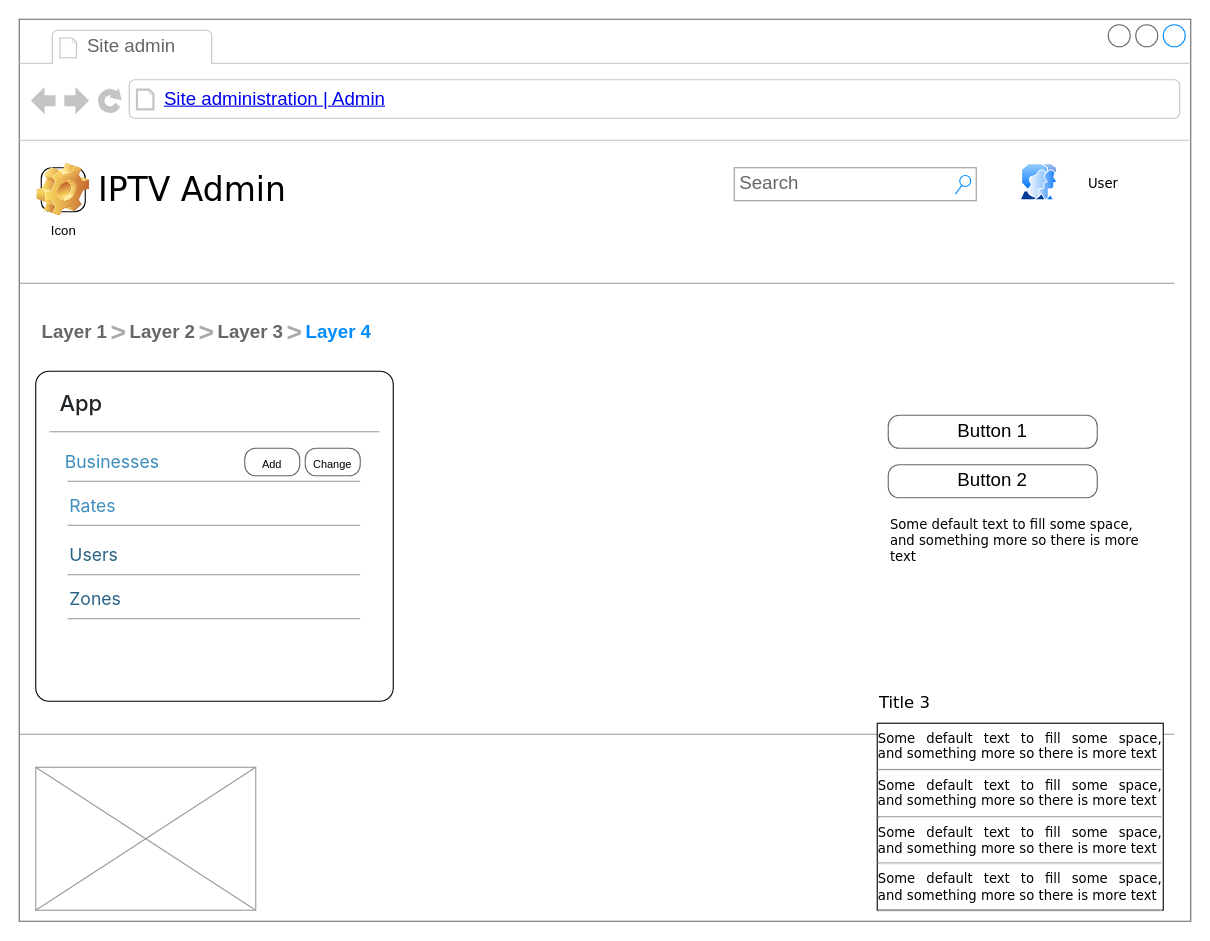
Before: CMS_cải_tiến.drawio in AnPhamSF/CMSIPTV_Idea, a draw.io diagram. Source tidied: cells renumbered, new cells numbered last; positions are measured from the earlier drawing's top-left corner, leaving out a move shared by most shapes. Both pictures are drawn from the tidied source at 110%, with x=0, y=0 at pixel (19, 19).
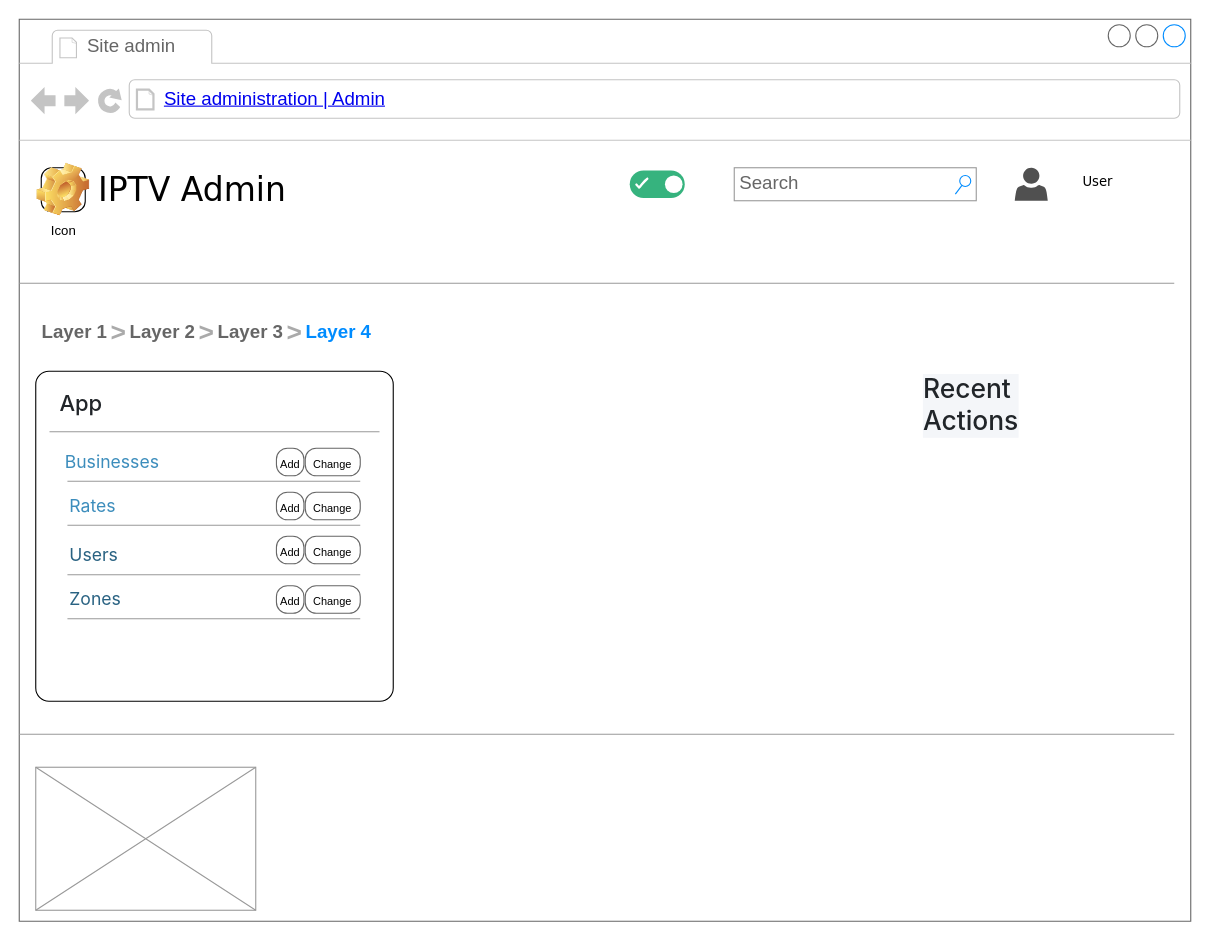
The same page after the edit.

Commit message:
Cập nhật CMS_cải_tiến_fist_page.drawio

Unchanged cells that the change refers to:
```xml
<mxCell id="2" style="strokeWidth=1;shadow=0;dashed=0;align=center;html=1;shape=mxgraph.mockup.containers.browserWindow;rSize=0;strokeColor=#666666;mainText=,;rounded=0;labelBackgroundColor=none;fontFamily=Verdana;fontSize=12;" parent="1" vertex="1">
  <mxGeometry width="1065" height="820" as="geometry" />
</mxCell>
```

Diff of the diagram source:
```diff
@@
-    <mxCell id="9" value="Button 1" style="strokeWidth=1;shadow=0;dashed=0;align=center;html=1;shape=mxgraph.mockup.buttons.button;strokeColor=#666666;mainText=;buttonStyle=round;fontSize=17;fontStyle=0;fillColor=none;whiteSpace=wrap;rounded=0;labelBackgroundColor=none;" parent="2" vertex="1">
-      <mxGeometry x="790" y="360" width="190" height="30" as="geometry" />
-    </mxCell>
-    <mxCell id="10" value="Button 2" style="strokeWidth=1;shadow=0;dashed=0;align=center;html=1;shape=mxgraph.mockup.buttons.button;strokeColor=#666666;mainText=;buttonStyle=round;fontSize=17;fontStyle=0;fillColor=none;whiteSpace=wrap;rounded=0;labelBackgroundColor=none;" parent="2" vertex="1">
-      <mxGeometry x="790" y="405" width="190" height="30" as="geometry" />
-    </mxCell>
-    <mxCell id="11" value="Some default text to fill some space, and&amp;nbsp;&lt;span&gt;something more so there is more text&lt;/span&gt;" style="text;html=1;align=left;verticalAlign=top;spacingTop=-4;fontSize=12;fontFamily=Verdana;whiteSpace=wrap;" parent="2" vertex="1">
-      <mxGeometry x="790" y="450" width="240" height="40" as="geometry" />
-    </mxCell>
@@
-    <mxCell id="15" value="Title 3" style="text;html=1;align=left;verticalAlign=top;spacingTop=-4;fontSize=15;fontFamily=Verdana;" parent="2" vertex="1">
-      <mxGeometry x="780" y="610" width="170" height="30" as="geometry" />
+    <mxCell id="15" value="&lt;h4 style=&quot;box-sizing: border-box; margin-top: 0px; font-family: &amp;quot;Source Sans Pro&amp;quot;, -apple-system, BlinkMacSystemFont, &amp;quot;Segoe UI&amp;quot;, Roboto, &amp;quot;Helvetica Neue&amp;quot;, Arial, sans-serif, &amp;quot;Apple Color Emoji&amp;quot;, &amp;quot;Segoe UI Emoji&amp;quot;, &amp;quot;Segoe UI Symbol&amp;quot;; font-weight: 500; color: rgb(33, 37, 41); font-size: 1.5rem; text-wrap-mode: wrap; background-color: rgb(244, 246, 249); margin-bottom: 1rem !important;&quot; class=&quot;mb-3&quot;&gt;Recent Actions&lt;/h4&gt;" style="text;html=1;align=left;verticalAlign=top;spacingTop=-4;fontSize=15;fontFamily=Verdana;" parent="2" vertex="1">
+      <mxGeometry x="820" y="320" width="85" height="65" as="geometry" />
     </mxCell>
-    <mxCell id="16" value="&lt;div style=&quot;text-align: justify&quot;&gt;&lt;span&gt;Some default text to fill some space, and&amp;nbsp;&lt;/span&gt;&lt;span&gt;something more so there is more text&lt;/span&gt;&lt;/div&gt;&lt;div style=&quot;text-align: justify&quot;&gt;&lt;hr id=&quot;null&quot; style=&quot;text-align: justify&quot;&gt;&lt;span&gt;&lt;div style=&quot;text-align: justify&quot;&gt;&lt;span&gt;Some default text to fill some space, and&amp;nbsp;&lt;/span&gt;&lt;span&gt;something more so there is more text&lt;/span&gt;&lt;/div&gt;&lt;/span&gt;&lt;/div&gt;&lt;hr id=&quot;null&quot; style=&quot;text-align: justify&quot;&gt;&lt;span&gt;&lt;div style=&quot;text-align: justify&quot;&gt;&lt;span&gt;Some default text to fill some space, and&amp;nbsp;&lt;/span&gt;&lt;span&gt;something more so there is more text&lt;/span&gt;&lt;/div&gt;&lt;/span&gt;&lt;hr id=&quot;null&quot; style=&quot;text-align: justify&quot;&gt;&lt;span&gt;&lt;div style=&quot;text-align: justify&quot;&gt;&lt;span&gt;Some default text to fill some space, and&amp;nbsp;&lt;/span&gt;&lt;span&gt;something more so there is more text&lt;/span&gt;&lt;/div&gt;&lt;/span&gt;&lt;hr id=&quot;null&quot; style=&quot;text-align: left&quot;&gt;" style="whiteSpace=wrap;html=1;rounded=0;shadow=0;labelBackgroundColor=none;strokeWidth=1;fontFamily=Verdana;fontSize=12;align=center;verticalAlign=top;" parent="2" vertex="1">
-      <mxGeometry x="780" y="640" width="260" height="170" as="geometry" />
-    </mxCell>
@@
     <mxCell id="25" value="User" style="text;html=1;align=left;verticalAlign=top;spacingTop=-4;fontSize=12;fontFamily=Verdana;whiteSpace=wrap;" parent="2" vertex="1">
-      <mxGeometry x="970" y="140" width="30" height="20" as="geometry" />
+      <mxGeometry x="965" y="137.5" width="30" height="20" as="geometry" />
     </mxCell>
@@
-    <mxCell id="27" style="image;perimeter=ellipsePerimeter;html=1;align=center;shadow=0;dashed=0;spacingTop=3;image=img/lib/active_directory/user_accounts.svg;" parent="2" vertex="1">
-      <mxGeometry x="910" y="131.5" width="34.5" height="33.5" as="geometry" />
-    </mxCell>
@@
     <mxCell id="37" value="&lt;p&gt;&lt;span style=&quot;font-size: 10px;&quot;&gt;Add&lt;/span&gt;&lt;/p&gt;" style="strokeWidth=1;shadow=0;dashed=0;align=center;html=1;shape=mxgraph.mockup.buttons.button;strokeColor=#666666;mainText=;buttonStyle=round;fontSize=17;fontStyle=0;fillColor=none;whiteSpace=wrap;rounded=0;labelBackgroundColor=none;" parent="2" vertex="1">
-      <mxGeometry x="205" y="390" width="50" height="25" as="geometry" />
+      <mxGeometry x="233.8" y="390" width="25" height="25" as="geometry" />
     </mxCell>
+    <mxCell id="38" value="&lt;p&gt;&lt;span style=&quot;font-size: 10px;&quot;&gt;Change&lt;/span&gt;&lt;/p&gt;" style="strokeWidth=1;shadow=0;dashed=0;align=center;html=1;shape=mxgraph.mockup.buttons.button;strokeColor=#666666;mainText=;buttonStyle=round;fontSize=17;fontStyle=0;fillColor=none;whiteSpace=wrap;rounded=0;labelBackgroundColor=none;" parent="2" vertex="1">
+      <mxGeometry x="260" y="430" width="50" height="25" as="geometry" />
+    </mxCell>
+    <mxCell id="39" value="&lt;p&gt;&lt;span style=&quot;font-size: 10px;&quot;&gt;Add&lt;/span&gt;&lt;/p&gt;" style="strokeWidth=1;shadow=0;dashed=0;align=center;html=1;shape=mxgraph.mockup.buttons.button;strokeColor=#666666;mainText=;buttonStyle=round;fontSize=17;fontStyle=0;fillColor=none;whiteSpace=wrap;rounded=0;labelBackgroundColor=none;" parent="2" vertex="1">
+      <mxGeometry x="233.8" y="430" width="25" height="25" as="geometry" />
+    </mxCell>
+    <mxCell id="40" value="&lt;p&gt;&lt;span style=&quot;font-size: 10px;&quot;&gt;Change&lt;/span&gt;&lt;/p&gt;" style="strokeWidth=1;shadow=0;dashed=0;align=center;html=1;shape=mxgraph.mockup.buttons.button;strokeColor=#666666;mainText=;buttonStyle=round;fontSize=17;fontStyle=0;fillColor=none;whiteSpace=wrap;rounded=0;labelBackgroundColor=none;" parent="2" vertex="1">
+      <mxGeometry x="260" y="470" width="50" height="25" as="geometry" />
+    </mxCell>
+    <mxCell id="41" value="&lt;p&gt;&lt;span style=&quot;font-size: 10px;&quot;&gt;Add&lt;/span&gt;&lt;/p&gt;" style="strokeWidth=1;shadow=0;dashed=0;align=center;html=1;shape=mxgraph.mockup.buttons.button;strokeColor=#666666;mainText=;buttonStyle=round;fontSize=17;fontStyle=0;fillColor=none;whiteSpace=wrap;rounded=0;labelBackgroundColor=none;" parent="2" vertex="1">
+      <mxGeometry x="233.8" y="470" width="25" height="25" as="geometry" />
+    </mxCell>
+    <mxCell id="42" value="&lt;p&gt;&lt;span style=&quot;font-size: 10px;&quot;&gt;Change&lt;/span&gt;&lt;/p&gt;" style="strokeWidth=1;shadow=0;dashed=0;align=center;html=1;shape=mxgraph.mockup.buttons.button;strokeColor=#666666;mainText=;buttonStyle=round;fontSize=17;fontStyle=0;fillColor=none;whiteSpace=wrap;rounded=0;labelBackgroundColor=none;" parent="2" vertex="1">
+      <mxGeometry x="260" y="515" width="50" height="25" as="geometry" />
+    </mxCell>
+    <mxCell id="43" value="&lt;p&gt;&lt;span style=&quot;font-size: 10px;&quot;&gt;Add&lt;/span&gt;&lt;/p&gt;" style="strokeWidth=1;shadow=0;dashed=0;align=center;html=1;shape=mxgraph.mockup.buttons.button;strokeColor=#666666;mainText=;buttonStyle=round;fontSize=17;fontStyle=0;fillColor=none;whiteSpace=wrap;rounded=0;labelBackgroundColor=none;" parent="2" vertex="1">
+      <mxGeometry x="233.8" y="515" width="25" height="25" as="geometry" />
+    </mxCell>
+    <mxCell id="44" style="fillColor=#36B37E;strokeColor=none;rounded=1;arcSize=50;sketch=0;hachureGap=4;fontFamily=Architects Daughter;fontSize=20;" parent="2" vertex="1">
+      <mxGeometry x="555" y="137.5" width="50" height="25" as="geometry" />
+    </mxCell>
+    <mxCell id="45" style="shape=ellipse;strokeColor=none;fillColor=#ffffff;sketch=0;hachureGap=4;fontFamily=Architects Daughter;fontSize=20;" parent="44" vertex="1">
+      <mxGeometry x="1" y="0.5" width="16" height="16" relative="1" as="geometry">
+        <mxPoint x="-18" y="-8" as="offset" />
+      </mxGeometry>
+    </mxCell>
+    <mxCell id="46" style="html=1;shadow=0;dashed=0;shape=mxgraph.atlassian.check;strokeColor=#ffffff;strokeWidth=2;sketch=1;hachureGap=4;fontFamily=Architects Daughter;fontSize=20;" parent="44" vertex="1">
+      <mxGeometry y="0.5" width="10" height="8" relative="1" as="geometry">
+        <mxPoint x="6" y="-5" as="offset" />
+      </mxGeometry>
+    </mxCell>
+    <mxCell id="47" style="sketch=0;shadow=0;dashed=0;html=1;strokeColor=none;labelPosition=center;verticalLabelPosition=bottom;verticalAlign=top;align=center;fillColor=#505050;shape=mxgraph.mscae.intune.account_portal;" parent="2" vertex="1">
+      <mxGeometry x="905" y="135" width="30" height="30" as="geometry" />
+    </mxCell>
```
